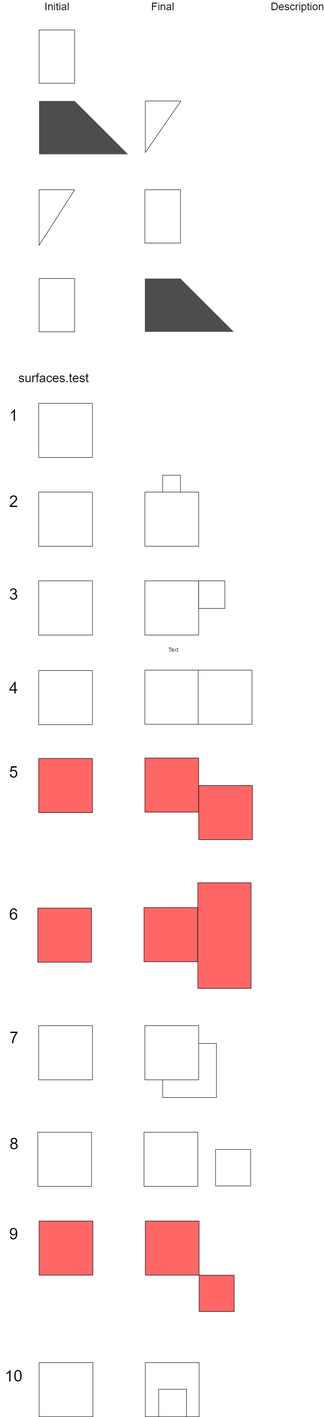
Above: tests.drawio.png in rakshajp/arco-test (draw.io), before the change. Source tidied: cells renumbered, new cells last; positions are measured from the earlier drawing's top-left corner, leaving out a move shared by most shapes.
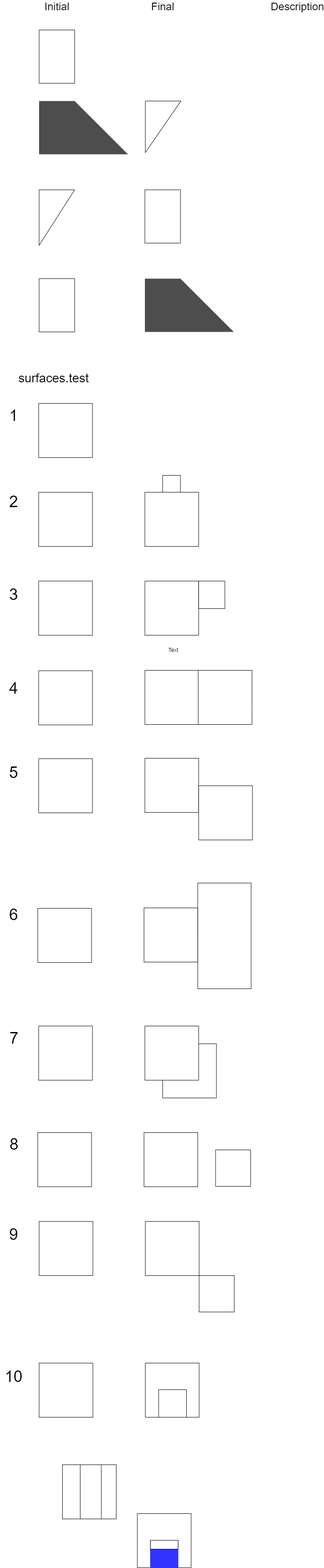
The same file after the commit.

The edit, as a diff of the source:
```diff
@@ -32,49 +32,49 @@
     <mxCell id="11" style="verticalLabelPosition=bottom;verticalAlign=top;html=1;shape=mxgraph.basic.rect;fillColor2=none;strokeWidth=1;size=20;indent=5;" parent="1" vertex="1">
       <mxGeometry x="445.5" y="1509" width="121" height="122" as="geometry" />
     </mxCell>
-    <mxCell id="12" style="verticalLabelPosition=bottom;verticalAlign=top;html=1;shape=mxgraph.basic.rect;fillColor2=none;strokeWidth=1;size=20;indent=5;fillColor=#FF6666;" parent="1" vertex="1">
+    <mxCell id="12" style="verticalLabelPosition=bottom;verticalAlign=top;html=1;shape=mxgraph.basic.rect;fillColor2=none;strokeWidth=1;size=20;indent=5;fillColor=#FFFFFF;" parent="1" vertex="1">
       <mxGeometry x="86.5" y="1708" width="121" height="122" as="geometry" />
     </mxCell>
-    <mxCell id="13" style="verticalLabelPosition=bottom;verticalAlign=top;html=1;shape=mxgraph.basic.rect;fillColor2=none;strokeWidth=1;size=20;indent=5;fillColor=#FF6666;" parent="1" vertex="1">
+    <mxCell id="13" style="verticalLabelPosition=bottom;verticalAlign=top;html=1;shape=mxgraph.basic.rect;fillColor2=none;strokeWidth=1;size=20;indent=5;fillColor=#FFFFFF;" parent="1" vertex="1">
       <mxGeometry x="325.5" y="1707" width="121" height="122" as="geometry" />
     </mxCell>
-    <mxCell id="14" style="verticalLabelPosition=bottom;verticalAlign=top;html=1;shape=mxgraph.basic.rect;fillColor2=none;strokeWidth=1;size=20;indent=5;fillColor=#FF6666;" parent="1" vertex="1">
+    <mxCell id="14" style="verticalLabelPosition=bottom;verticalAlign=top;html=1;shape=mxgraph.basic.rect;fillColor2=none;strokeWidth=1;size=20;indent=5;fillColor=#FFFFFF;" parent="1" vertex="1">
       <mxGeometry x="446.5" y="1769" width="121" height="122" as="geometry" />
     </mxCell>
-    <mxCell id="15" style="verticalLabelPosition=bottom;verticalAlign=top;html=1;shape=mxgraph.basic.rect;fillColor2=none;strokeWidth=1;size=20;indent=5;fillColor=#FF6666;" parent="1" vertex="1">
+    <mxCell id="15" style="verticalLabelPosition=bottom;verticalAlign=top;html=1;shape=mxgraph.basic.rect;fillColor2=none;strokeWidth=1;size=20;indent=5;fillColor=#FFFFFF;" parent="1" vertex="1">
       <mxGeometry x="84.5" y="2045" width="121" height="122" as="geometry" />
     </mxCell>
-    <mxCell id="16" style="verticalLabelPosition=bottom;verticalAlign=top;html=1;shape=mxgraph.basic.rect;fillColor2=none;strokeWidth=1;size=20;indent=5;fillColor=#FF6666;" parent="1" vertex="1">
+    <mxCell id="16" style="verticalLabelPosition=bottom;verticalAlign=top;html=1;shape=mxgraph.basic.rect;fillColor2=none;strokeWidth=1;size=20;indent=5;fillColor=#FFFFFF;" parent="1" vertex="1">
       <mxGeometry x="323.5" y="2044" width="121" height="122" as="geometry" />
     </mxCell>
-    <mxCell id="17" style="verticalLabelPosition=bottom;verticalAlign=top;html=1;shape=mxgraph.basic.rect;fillColor2=none;strokeWidth=1;size=20;indent=5;fillColor=#FF6666;" parent="1" vertex="1">
+    <mxCell id="17" style="verticalLabelPosition=bottom;verticalAlign=top;html=1;shape=mxgraph.basic.rect;fillColor2=none;strokeWidth=1;size=20;indent=5;fillColor=#FFFFFF;" parent="1" vertex="1">
       <mxGeometry x="444.5" y="1988" width="120" height="238" as="geometry" />
     </mxCell>
-    <mxCell id="18" style="verticalLabelPosition=bottom;verticalAlign=top;html=1;shape=mxgraph.basic.rect;fillColor2=none;strokeWidth=1;size=20;indent=5;" parent="1" vertex="1">
+    <mxCell id="18" style="verticalLabelPosition=bottom;verticalAlign=top;html=1;shape=mxgraph.basic.rect;fillColor2=none;strokeWidth=1;size=20;indent=5;fillColor=#FFFFFF;" parent="1" vertex="1">
       <mxGeometry x="86.5" y="2310" width="121" height="122" as="geometry" />
     </mxCell>
-    <mxCell id="19" style="verticalLabelPosition=bottom;verticalAlign=top;html=1;shape=mxgraph.basic.rect;fillColor2=none;strokeWidth=1;size=20;indent=5;" parent="1" vertex="1">
+    <mxCell id="19" style="verticalLabelPosition=bottom;verticalAlign=top;html=1;shape=mxgraph.basic.rect;fillColor2=none;strokeWidth=1;size=20;indent=5;fillColor=#FFFFFF;" parent="1" vertex="1">
       <mxGeometry x="365.5" y="2350" width="121" height="122" as="geometry" />
     </mxCell>
-    <mxCell id="20" style="verticalLabelPosition=bottom;verticalAlign=top;html=1;shape=mxgraph.basic.rect;fillColor2=none;strokeWidth=1;size=20;indent=5;" parent="1" vertex="1">
+    <mxCell id="20" style="verticalLabelPosition=bottom;verticalAlign=top;html=1;shape=mxgraph.basic.rect;fillColor2=none;strokeWidth=1;size=20;indent=5;fillColor=#FFFFFF;" parent="1" vertex="1">
       <mxGeometry x="325.5" y="2310" width="121" height="122" as="geometry" />
     </mxCell>
-    <mxCell id="21" style="verticalLabelPosition=bottom;verticalAlign=top;html=1;shape=mxgraph.basic.rect;fillColor2=none;strokeWidth=1;size=20;indent=5;" parent="1" vertex="1">
+    <mxCell id="21" style="verticalLabelPosition=bottom;verticalAlign=top;html=1;shape=mxgraph.basic.rect;fillColor2=none;strokeWidth=1;size=20;indent=5;fillColor=#FFFFFF;" parent="1" vertex="1">
       <mxGeometry x="84.5" y="2550" width="121" height="122" as="geometry" />
     </mxCell>
-    <mxCell id="22" style="verticalLabelPosition=bottom;verticalAlign=top;html=1;shape=mxgraph.basic.rect;fillColor2=none;strokeWidth=1;size=20;indent=5;" parent="1" vertex="1">
+    <mxCell id="22" style="verticalLabelPosition=bottom;verticalAlign=top;html=1;shape=mxgraph.basic.rect;fillColor2=none;strokeWidth=1;size=20;indent=5;fillColor=#FFFFFF;" parent="1" vertex="1">
       <mxGeometry x="323.5" y="2550" width="121" height="122" as="geometry" />
     </mxCell>
-    <mxCell id="23" style="verticalLabelPosition=bottom;verticalAlign=top;html=1;shape=mxgraph.basic.rect;fillColor2=none;strokeWidth=1;size=20;indent=5;" parent="1" vertex="1">
+    <mxCell id="23" style="verticalLabelPosition=bottom;verticalAlign=top;html=1;shape=mxgraph.basic.rect;fillColor2=none;strokeWidth=1;size=20;indent=5;fillColor=#FFFFFF;" parent="1" vertex="1">
       <mxGeometry x="484.5" y="2589" width="79" height="82" as="geometry" />
     </mxCell>
-    <mxCell id="24" style="verticalLabelPosition=bottom;verticalAlign=top;html=1;shape=mxgraph.basic.rect;fillColor2=none;strokeWidth=1;size=20;indent=5;fillColor=#FF6666;" parent="1" vertex="1">
+    <mxCell id="24" style="verticalLabelPosition=bottom;verticalAlign=top;html=1;shape=mxgraph.basic.rect;fillColor2=none;strokeWidth=1;size=20;indent=5;fillColor=#FFFFFF;" parent="1" vertex="1">
       <mxGeometry x="87.5" y="2750" width="121" height="122" as="geometry" />
     </mxCell>
-    <mxCell id="25" style="verticalLabelPosition=bottom;verticalAlign=top;html=1;shape=mxgraph.basic.rect;fillColor2=none;strokeWidth=1;size=20;indent=5;fillColor=#FF6666;" parent="1" vertex="1">
+    <mxCell id="25" style="verticalLabelPosition=bottom;verticalAlign=top;html=1;shape=mxgraph.basic.rect;fillColor2=none;strokeWidth=1;size=20;indent=5;fillColor=#FFFFFF;" parent="1" vertex="1">
       <mxGeometry x="326.5" y="2750" width="121" height="122" as="geometry" />
     </mxCell>
-    <mxCell id="26" style="verticalLabelPosition=bottom;verticalAlign=top;html=1;shape=mxgraph.basic.rect;fillColor2=none;strokeWidth=1;size=20;indent=5;fillColor=#FF6666;" parent="1" vertex="1">
+    <mxCell id="26" style="verticalLabelPosition=bottom;verticalAlign=top;html=1;shape=mxgraph.basic.rect;fillColor2=none;strokeWidth=1;size=20;indent=5;fillColor=#FFFFFF;" parent="1" vertex="1">
       <mxGeometry x="447.5" y="2872" width="79" height="82" as="geometry" />
     </mxCell>
     <mxCell id="27" style="verticalLabelPosition=bottom;verticalAlign=top;html=1;shape=mxgraph.basic.rect;fillColor2=none;strokeWidth=1;size=20;indent=5;" parent="1" vertex="1">
@@ -164,5 +164,20 @@
     <mxCell id="55" value="&lt;font style=&quot;font-size: 28px;&quot;&gt;surfaces.test&lt;/font&gt;" style="text;html=1;align=center;verticalAlign=middle;strokeColor=none;fillColor=none;" parent="1" vertex="1">
       <mxGeometry x="30" y="826" width="180" height="50" as="geometry" />
     </mxCell>
+    <mxCell id="56" style="verticalLabelPosition=bottom;verticalAlign=top;html=1;shape=mxgraph.basic.rect;fillColor2=none;strokeWidth=1;size=20;indent=5;" parent="1" vertex="1">
+      <mxGeometry x="140" y="3298" width="121" height="122" as="geometry" />
+    </mxCell>
+    <mxCell id="57" style="verticalLabelPosition=bottom;verticalAlign=top;html=1;shape=mxgraph.basic.rect;fillColor2=none;strokeWidth=1;size=20;indent=5;" parent="1" vertex="1">
+      <mxGeometry x="180" y="3298" width="47.5" height="122" as="geometry" />
+    </mxCell>
+    <mxCell id="58" style="verticalLabelPosition=bottom;verticalAlign=top;html=1;shape=mxgraph.basic.rect;fillColor2=none;strokeWidth=1;size=20;indent=5;" parent="1" vertex="1">
+      <mxGeometry x="308.5" y="3408" width="121" height="122" as="geometry" />
+    </mxCell>
+    <mxCell id="59" style="verticalLabelPosition=bottom;verticalAlign=top;html=1;shape=mxgraph.basic.rect;fillColor2=none;strokeWidth=1;size=20;indent=5;strokeColor=#3333FF;fillColor=#3333FF;" parent="1" vertex="1">
+      <mxGeometry x="337.8" y="3468" width="62.5" height="62" as="geometry" />
+    </mxCell>
+    <mxCell id="60" style="verticalLabelPosition=bottom;verticalAlign=top;html=1;shape=mxgraph.basic.rect;fillColor2=none;strokeWidth=1;size=20;indent=5;" parent="1" vertex="1">
+      <mxGeometry x="338" y="3468" width="62.2" height="20" as="geometry" />
+    </mxCell>
   </root>
 </mxGraphModel>
```
